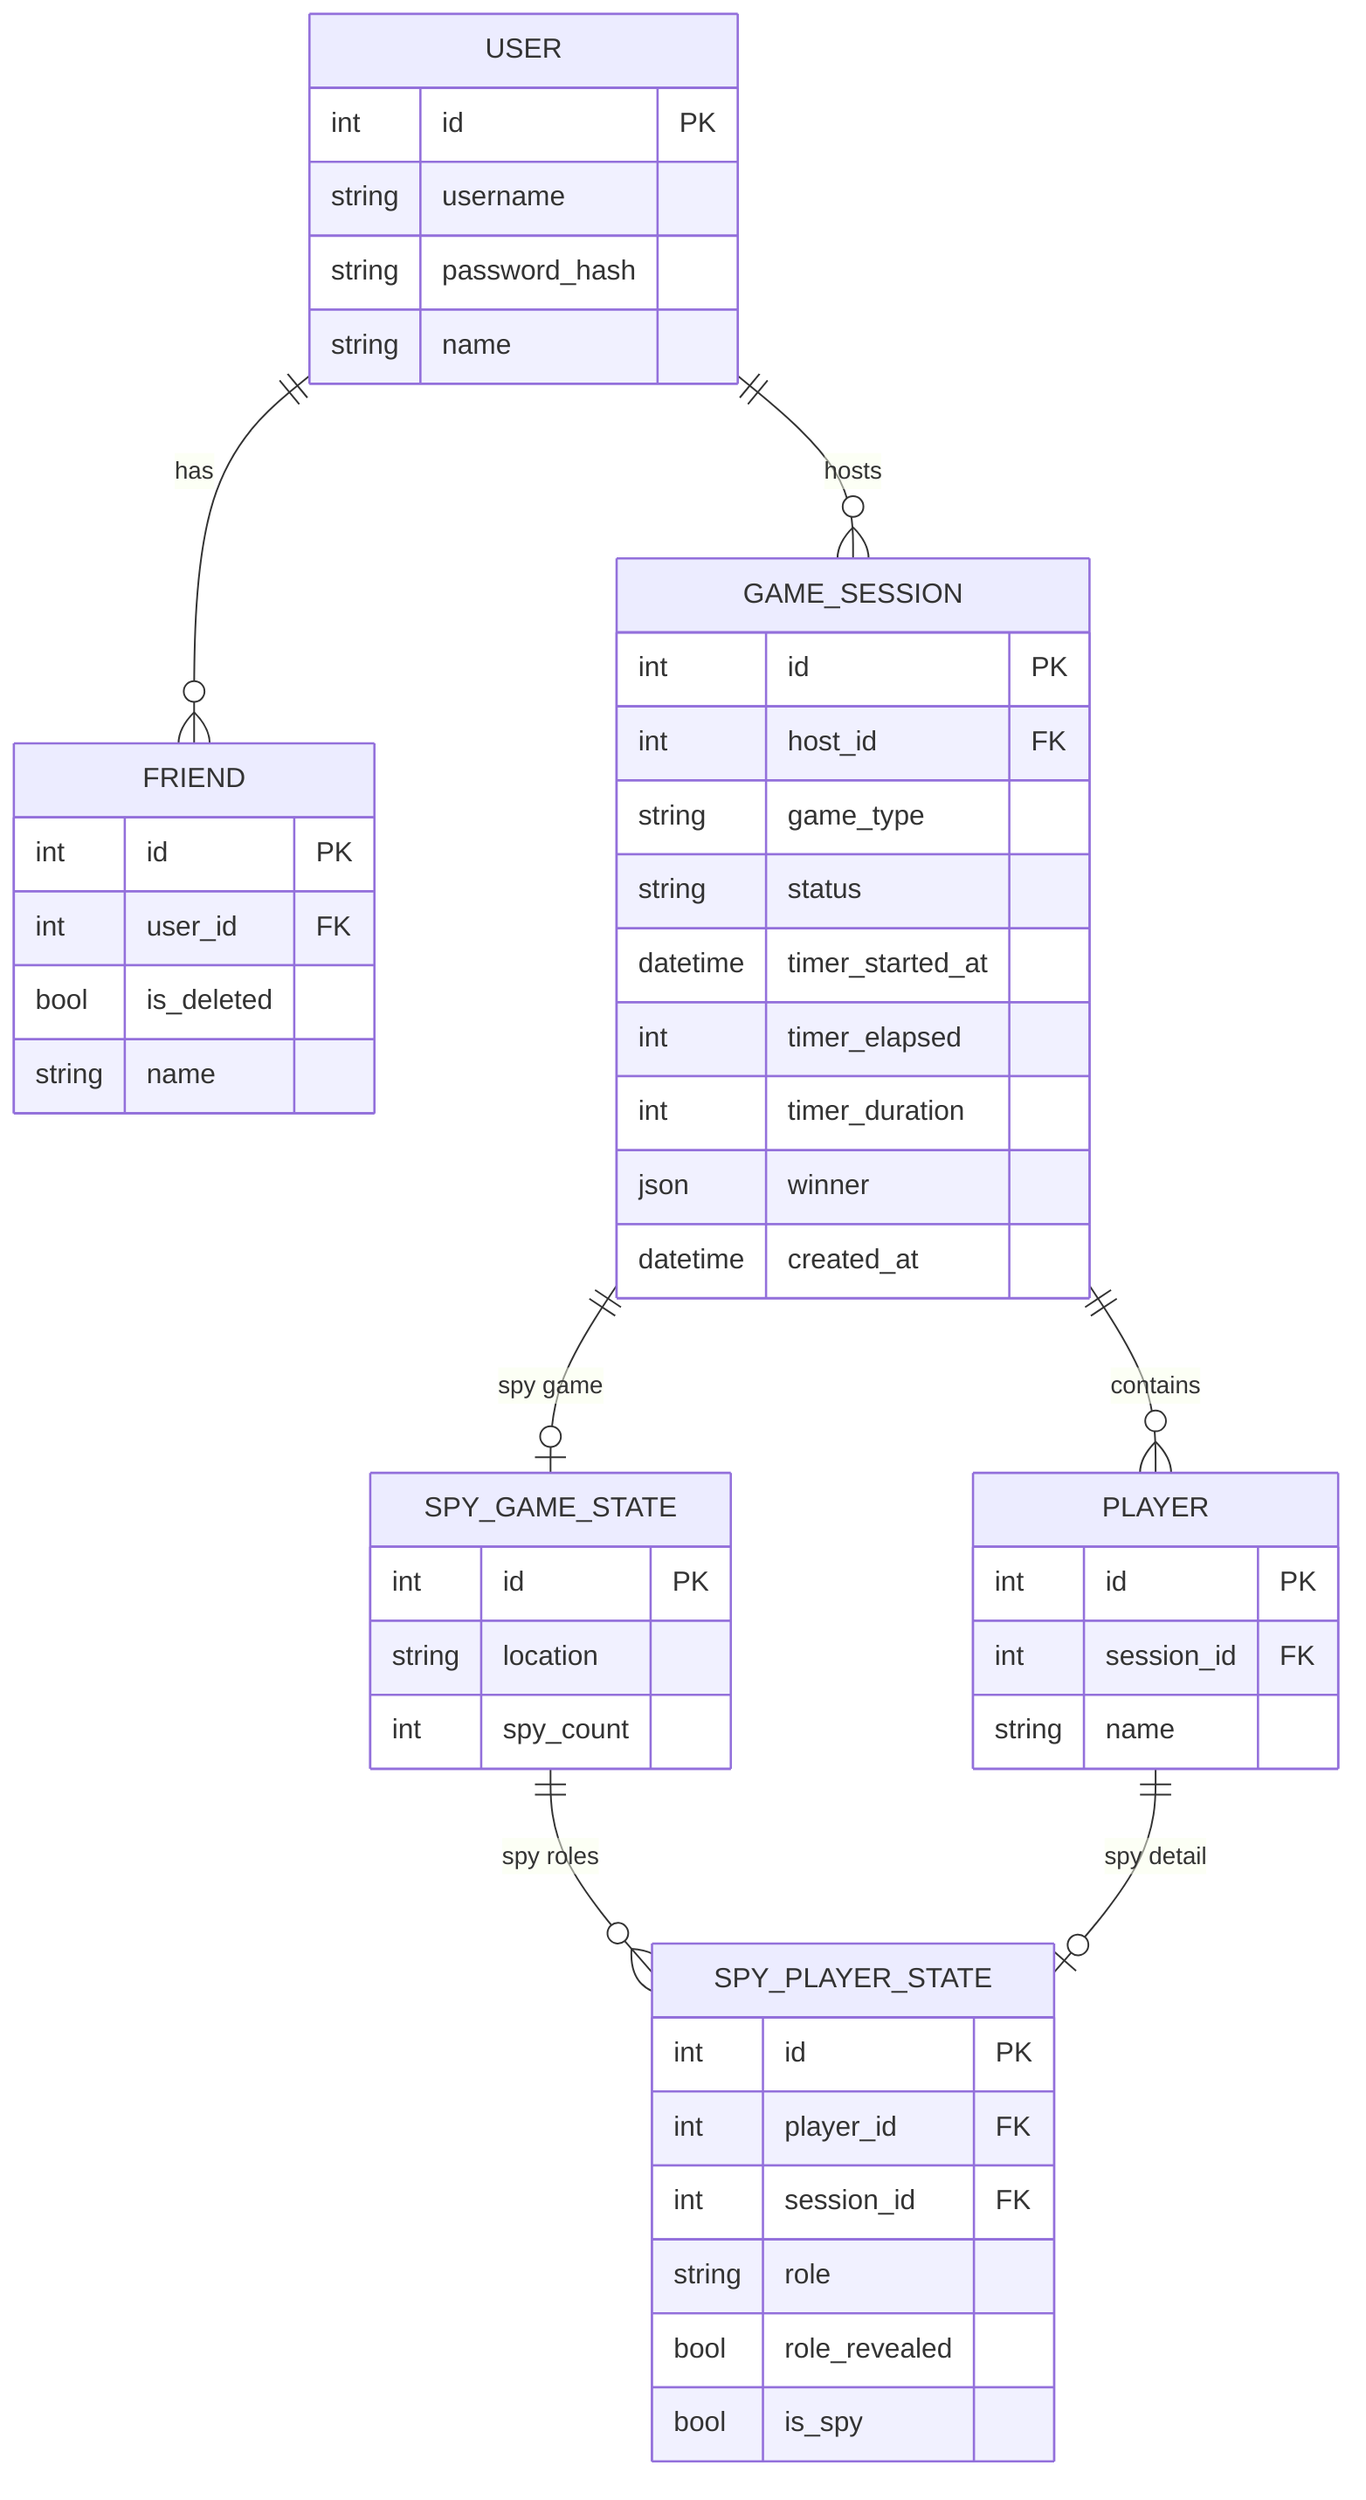
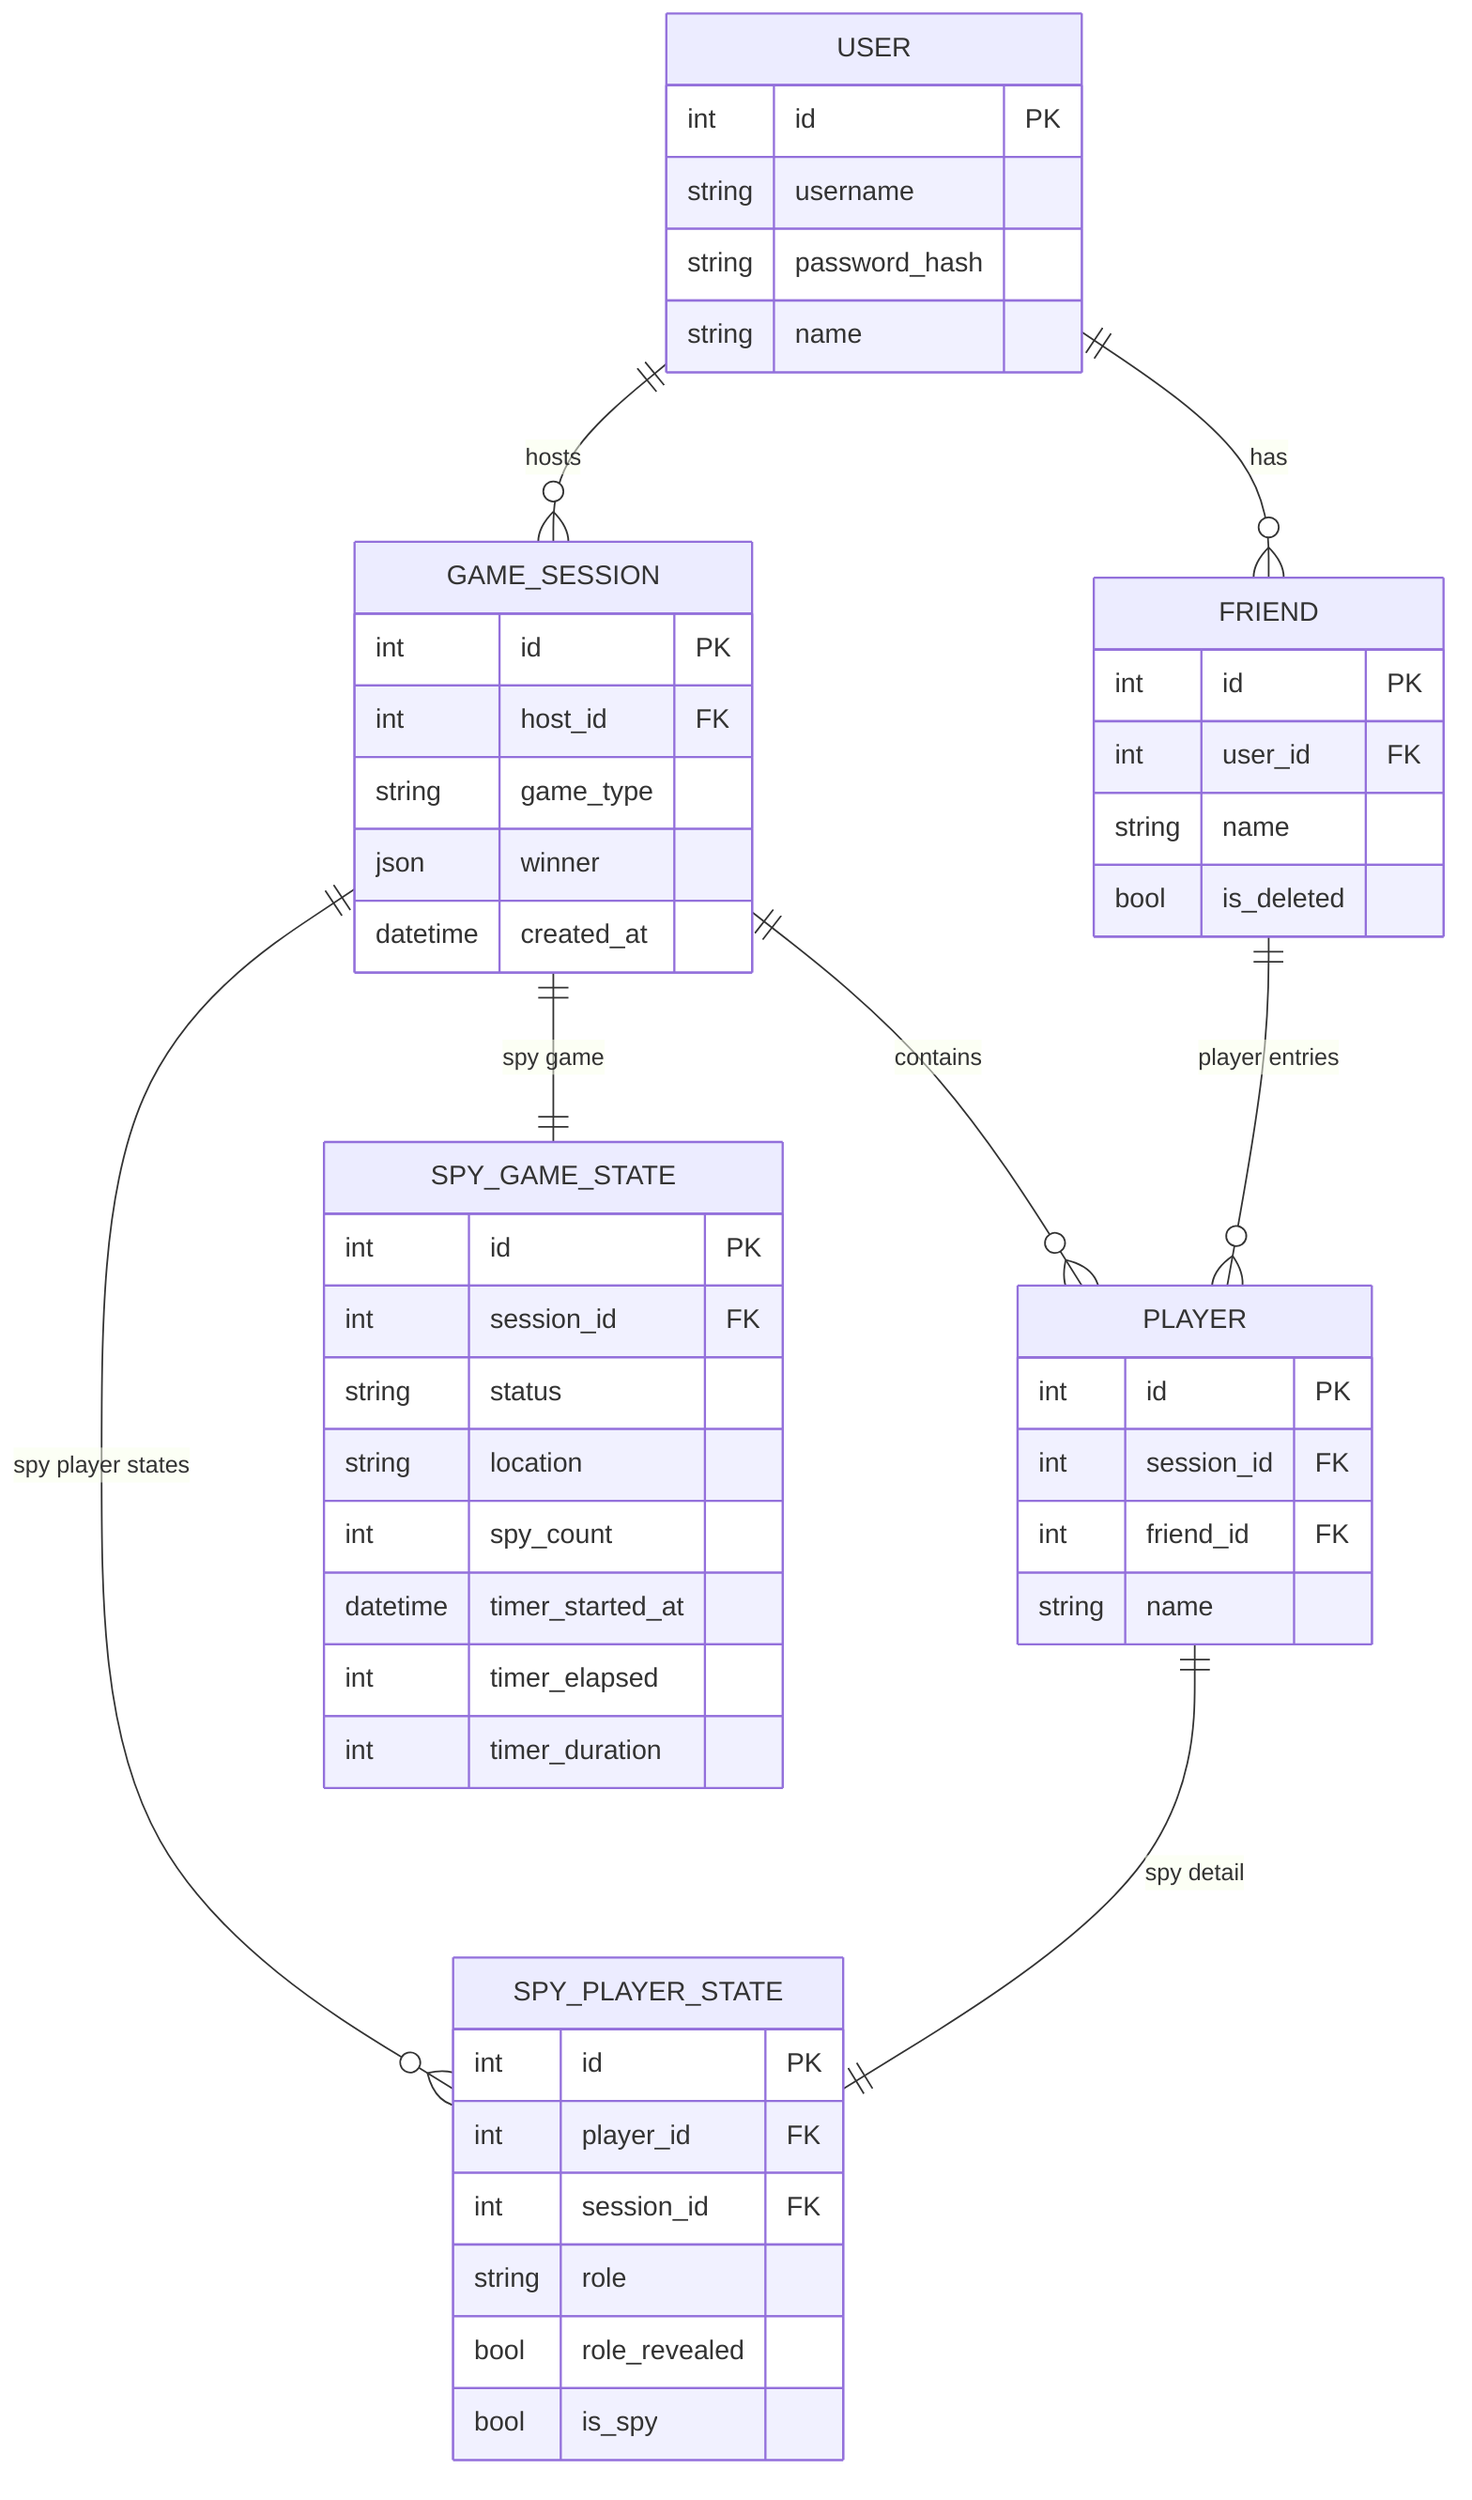
erDiagram
    USER {
        int id PK
        string username
        string password_hash
        string name
    }

    FRIEND {
        int id PK
        int user_id FK
+         string name
        bool is_deleted
-         string name
- 
    }

    GAME_SESSION {
        int id PK
        int host_id FK
        string game_type
-         string status
-         datetime timer_started_at
-         int timer_elapsed
-         int timer_duration
        json winner
        datetime created_at
    }

    PLAYER {
        int id PK
        int session_id FK
+         int friend_id FK
        string name
    }

    SPY_GAME_STATE {
        int id PK
+         int session_id FK
+         string status
        string location
        int spy_count
+         datetime timer_started_at
+         int timer_elapsed
+         int timer_duration
    }

    SPY_PLAYER_STATE {
        int id PK
        int player_id FK
        int session_id FK
        string role
        bool role_revealed
        bool is_spy
    }

    USER ||--o{ FRIEND : "has"
    USER ||--o{ GAME_SESSION : "hosts"
    GAME_SESSION ||--o{ PLAYER : "contains"
-     GAME_SESSION ||--o| SPY_GAME_STATE : "spy game"
-     SPY_GAME_STATE ||--o{ SPY_PLAYER_STATE : "spy roles"
-     PLAYER ||--o| SPY_PLAYER_STATE : "spy detail"+     GAME_SESSION ||--|| SPY_GAME_STATE : "spy game"
+     GAME_SESSION ||--o{ SPY_PLAYER_STATE : "spy player states"
+     PLAYER ||--|| SPY_PLAYER_STATE : "spy detail"
+     FRIEND ||--o{ PLAYER : "player entries"